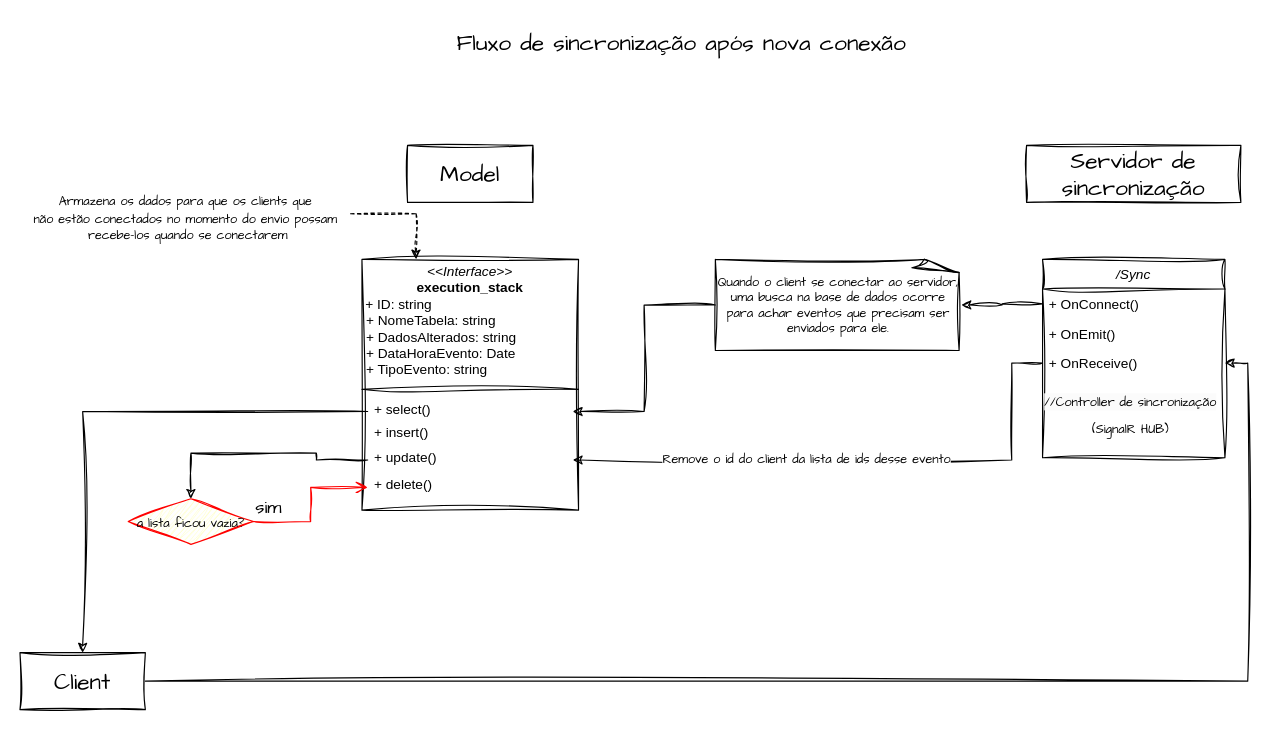
Vusmonth/uml keeps this draw.io diagram as page "Primeira sincronização" (1 of 3) of Pulsar Sync.drawio. Above is the earlier version. Source tidied: cells renumbered, new cells numbered last; positions are measured from the earlier drawing's top-left corner, leaving out a move shared by most shapes. Both pictures are drawn from the tidied source at 114%, with x=0, y=0 at pixel (19, 19).
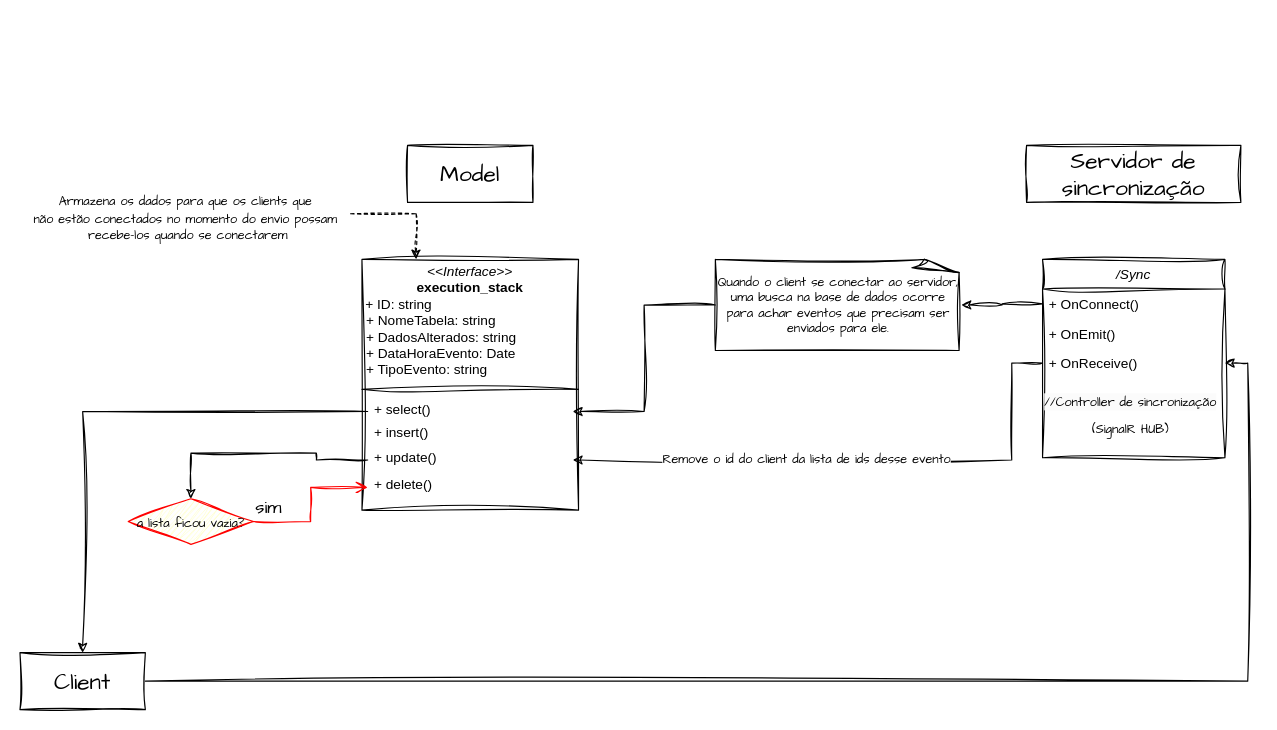
Above is the later version.

What changed in the source:
```diff
@@
-    <mxCell id="26" value="Fluxo de sincronização após nova conexão" style="text;html=1;align=center;verticalAlign=middle;strokeColor=none;fillColor=none;fontSize=20;fontFamily=Architects Daughter;imageAlign=center;" parent="1" vertex="1">
-      <mxGeometry x="370" width="420" height="40" as="geometry" />
-    </mxCell>
```
